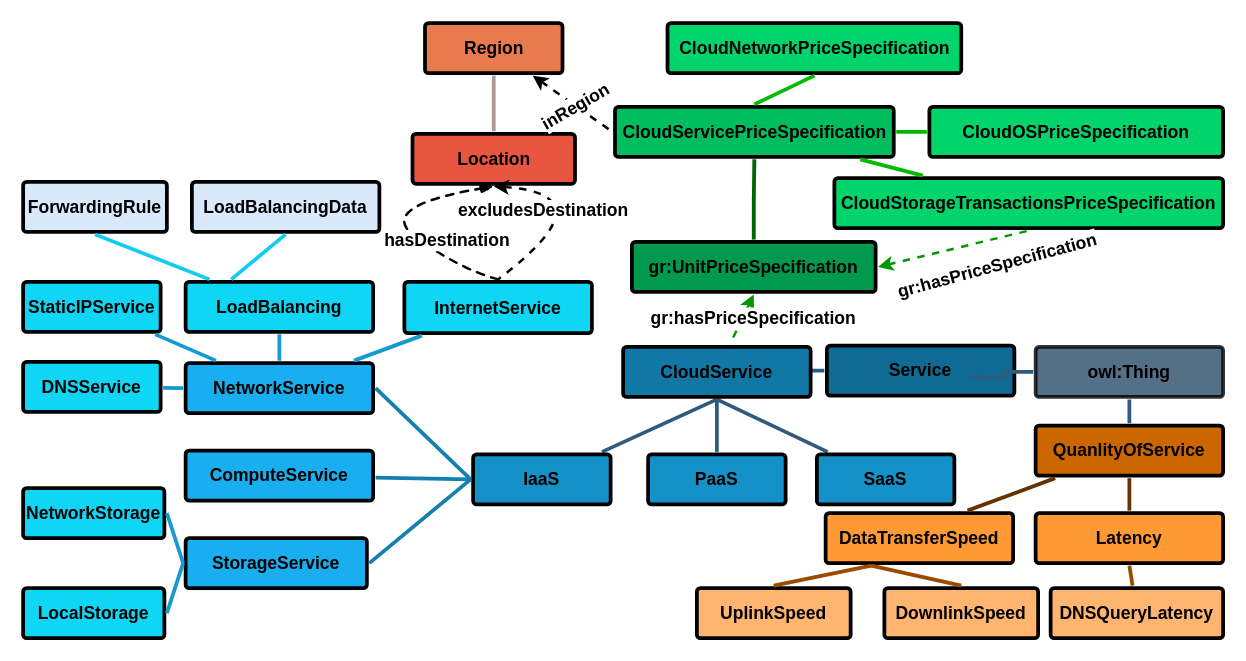
Above: cocoon_v1_0_1_class.drawio in miranda-zhang/draw.io (draw.io), before the change. Source tidied: cells renumbered, new cells numbered last; positions are measured from the earlier drawing's top-left corner, leaving out a move shared by most shapes. Both pictures are drawn from the tidied source at 125%, with x=0, y=0 at pixel (22, 22).
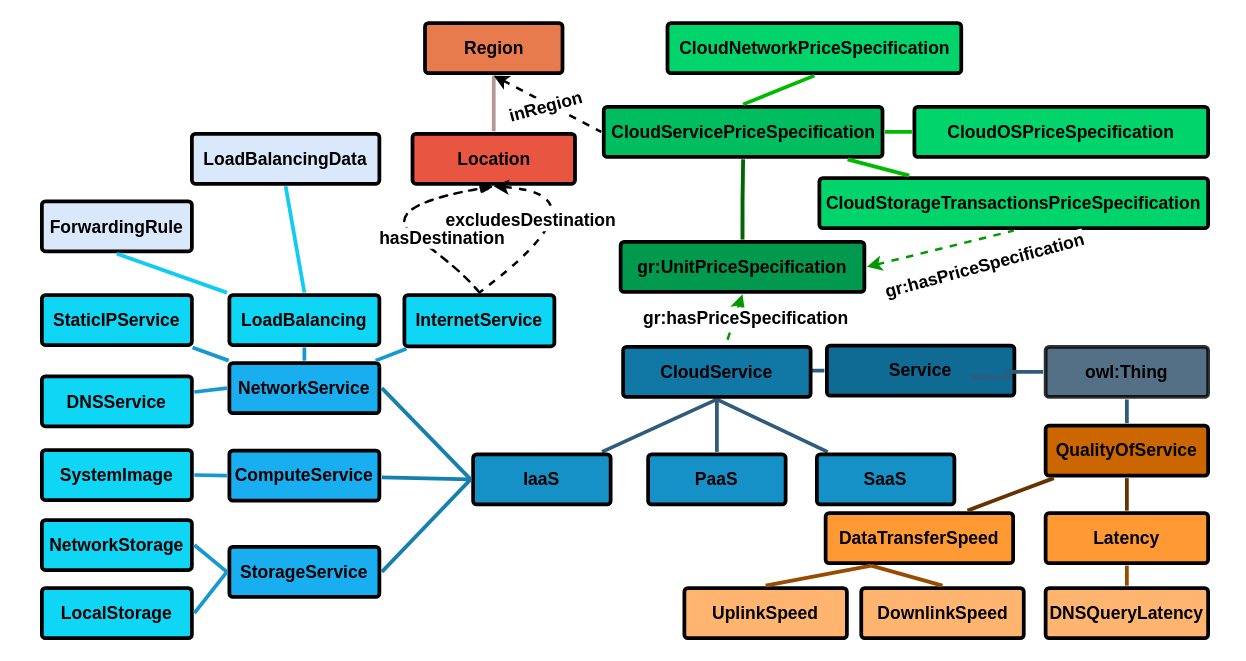
After the change.

The change refers to these unchanged cells:
```xml
<mxCell id="30" value="Region" style="rounded=1;whiteSpace=wrap;html=1;shadow=0;labelBackgroundColor=none;strokeColor=#000000;strokeWidth=3;fillColor=#E87B4D;fontFamily=Helvetica;fontSize=14;fontColor=#000000;align=center;spacing=5;fontStyle=1;arcSize=7;perimeterSpacing=2;" parent="1" vertex="1">
  <mxGeometry x="321.5" width="110" height="40" as="geometry" />
</mxCell>
```

The edit, as a diff of the source:
```diff
@@
     <mxCell id="4" value="&lt;span style=&quot;font-size: 14px;&quot;&gt;owl:Thing&lt;/span&gt;" style="rounded=1;whiteSpace=wrap;html=1;shadow=0;labelBackgroundColor=none;strokeColor=#000000;strokeWidth=3;fillColor=#284D69;fontFamily=Helvetica;fontSize=14;fontColor=#000000;align=center;fontStyle=1;spacing=5;arcSize=7;perimeterSpacing=2;opacity=80;" parent="1" vertex="1">
-      <mxGeometry x="810" y="259" width="150" height="40" as="geometry" />
+      <mxGeometry x="818" y="259" width="130" height="40" as="geometry" />
     </mxCell>
@@
     <mxCell id="8" value="NetworkService" style="rounded=1;whiteSpace=wrap;html=1;shadow=0;labelBackgroundColor=none;strokeColor=#000000;strokeWidth=3;fillColor=#19AEF0;fontFamily=Helvetica;fontSize=14;fontColor=#000000;align=center;spacing=5;fontStyle=1;arcSize=7;perimeterSpacing=2;comic=0;glass=0;" parent="1" vertex="1">
-      <mxGeometry x="130" y="272" width="150" height="40" as="geometry" />
+      <mxGeometry x="165" y="272" width="120" height="40" as="geometry" />
     </mxCell>
@@
     <mxCell id="11" value="StorageService&lt;br style=&quot;font-size: 14px;&quot;&gt;" style="rounded=1;whiteSpace=wrap;html=1;shadow=0;labelBackgroundColor=none;strokeColor=#000000;strokeWidth=3;fillColor=#19AEF0;fontFamily=Helvetica;fontSize=14;fontColor=#000000;align=center;spacing=5;fontStyle=1;arcSize=7;perimeterSpacing=2;comic=0;glass=0;" parent="1" vertex="1">
-      <mxGeometry x="130" y="412" width="145" height="40" as="geometry" />
+      <mxGeometry x="165" y="419" width="120" height="40" as="geometry" />
     </mxCell>
     <mxCell id="12" value="&lt;span style=&quot;font-size: 14px;&quot;&gt;ComputeService&lt;/span&gt;" style="rounded=1;whiteSpace=wrap;html=1;shadow=0;labelBackgroundColor=none;strokeColor=#000000;strokeWidth=3;fillColor=#19AEF0;fontFamily=Helvetica;fontSize=14;fontColor=#000000;align=center;spacing=5;fontStyle=1;arcSize=7;perimeterSpacing=2;comic=0;glass=0;" parent="1" vertex="1">
-      <mxGeometry x="130" y="342" width="150" height="40" as="geometry" />
+      <mxGeometry x="165" y="342" width="120" height="40" as="geometry" />
     </mxCell>
     <mxCell id="13" value="LoadBalancing" style="rounded=1;whiteSpace=wrap;html=1;shadow=0;labelBackgroundColor=none;strokeColor=#000000;strokeWidth=3;fillColor=#0FD6F5;fontFamily=Helvetica;fontSize=14;fontColor=#000000;align=center;spacing=5;fontStyle=1;arcSize=7;perimeterSpacing=2;comic=0;glass=0;imageHeight=24;" parent="1" vertex="1">
-      <mxGeometry x="130" y="207" width="150" height="40" as="geometry" />
+      <mxGeometry x="165" y="217.5" width="120" height="40" as="geometry" />
     </mxCell>
     <mxCell id="14" value="ForwardingRule" style="rounded=1;whiteSpace=wrap;html=1;shadow=0;labelBackgroundColor=none;strokeColor=#000000;strokeWidth=3;fillColor=#dae8fc;fontFamily=Helvetica;fontSize=14;align=center;spacing=5;fontStyle=1;arcSize=7;perimeterSpacing=2;comic=0;glass=0;fontColor=#000000;" parent="1" vertex="1">
-      <mxGeometry y="127" width="115" height="40" as="geometry" />
+      <mxGeometry x="15" y="142.5" width="120" height="40" as="geometry" />
     </mxCell>
     <mxCell id="15" value="StaticIPService" style="rounded=1;whiteSpace=wrap;html=1;shadow=0;labelBackgroundColor=none;strokeColor=#000000;strokeWidth=3;fillColor=#0FD6F5;fontFamily=Helvetica;fontSize=14;fontColor=#000000;align=center;spacing=5;fontStyle=1;arcSize=7;perimeterSpacing=2;comic=0;glass=0;imageHeight=25;" parent="1" vertex="1">
-      <mxGeometry y="207" width="110" height="40" as="geometry" />
+      <mxGeometry x="15" y="217.5" width="120" height="40" as="geometry" />
     </mxCell>
     <mxCell id="16" value="DNSService" style="rounded=1;whiteSpace=wrap;html=1;shadow=0;labelBackgroundColor=none;strokeColor=#000000;strokeWidth=3;fillColor=#0FD6F5;fontFamily=Helvetica;fontSize=14;fontColor=#000000;align=center;spacing=5;fontStyle=1;arcSize=7;perimeterSpacing=2;comic=0;glass=0;" parent="1" vertex="1">
-      <mxGeometry y="271" width="110" height="40" as="geometry" />
+      <mxGeometry x="15" y="282.5" width="120" height="40" as="geometry" />
     </mxCell>
     <mxCell id="17" value="InternetService" style="rounded=1;whiteSpace=wrap;html=1;shadow=0;labelBackgroundColor=none;strokeColor=#000000;strokeWidth=3;fillColor=#0FD6F5;fontFamily=Helvetica;fontSize=14;fontColor=#000000;align=center;spacing=5;fontStyle=1;arcSize=7;perimeterSpacing=2;comic=0;glass=0;" parent="1" vertex="1">
-      <mxGeometry x="305" y="207" width="150" height="41" as="geometry" />
+      <mxGeometry x="305" y="217.5" width="120" height="41" as="geometry" />
     </mxCell>
@@
     <mxCell id="25" value="LoadBalancingData" style="rounded=1;whiteSpace=wrap;html=1;shadow=0;labelBackgroundColor=none;strokeColor=#000000;strokeWidth=3;fillColor=#dae8fc;fontFamily=Helvetica;fontSize=14;align=center;spacing=5;fontStyle=1;arcSize=7;perimeterSpacing=2;comic=0;glass=0;fontColor=#000000;" parent="1" vertex="1">
-      <mxGeometry x="135" y="127" width="150" height="40" as="geometry" />
+      <mxGeometry x="135" y="88.5" width="150" height="40" as="geometry" />
     </mxCell>
@@
-    <mxCell id="27" style="edgeStyle=none;rounded=0;jumpStyle=none;html=1;shadow=0;labelBackgroundColor=none;startArrow=none;startFill=0;endArrow=none;endFill=0;jettySize=auto;strokeColor=#11CCF2;strokeWidth=3;fontFamily=Helvetica;fontSize=14;fontColor=#000000;spacing=5;entryX=0.5;entryY=1;entryDx=0;entryDy=0;exitX=0.25;exitY=0;exitDx=0;exitDy=0;fontStyle=1;" parent="1" edge="1" source="13" target="25">
+    <mxCell id="27" style="edgeStyle=none;rounded=0;jumpStyle=none;html=1;shadow=0;labelBackgroundColor=none;startArrow=none;startFill=0;endArrow=none;endFill=0;jettySize=auto;strokeColor=#11CCF2;strokeWidth=3;fontFamily=Helvetica;fontSize=14;fontColor=#000000;spacing=5;entryX=0.5;entryY=1;entryDx=0;entryDy=0;exitX=0.5;exitY=0;exitDx=0;exitDy=0;fontStyle=1;" parent="1" edge="1" source="13" target="25">
       <mxGeometry relative="1" as="geometry" />
     </mxCell>
@@
     <mxCell id="37" value="gr:UnitPriceSpecification" style="rounded=1;whiteSpace=wrap;html=1;shadow=0;labelBackgroundColor=none;strokeColor=#000000;strokeWidth=3;fillColor=#00994D;fontFamily=Helvetica;fontSize=14;fontColor=#000000;align=center;spacing=5;fontStyle=1;arcSize=7;perimeterSpacing=2;imageHeight=24;" parent="1" vertex="1">
-      <mxGeometry x="487" y="175" width="195" height="40" as="geometry" />
+      <mxGeometry x="478" y="175" width="195" height="40" as="geometry" />
     </mxCell>
     <mxCell id="38" value="CloudServicePriceSpecification" style="rounded=1;whiteSpace=wrap;html=1;shadow=0;labelBackgroundColor=none;strokeColor=#000000;strokeWidth=3;fillColor=#00BD5F;fontFamily=Helvetica;fontSize=14;fontColor=#000000;align=center;spacing=5;fontStyle=1;arcSize=7;perimeterSpacing=2;" parent="1" vertex="1">
-      <mxGeometry x="473.5" y="67" width="223" height="40" as="geometry" />
+      <mxGeometry x="464.5" y="67" width="223" height="40" as="geometry" />
     </mxCell>
@@
     <mxCell id="41" value="CloudStorageTransactionsPriceSpecification" style="rounded=1;whiteSpace=wrap;html=1;shadow=0;labelBackgroundColor=none;strokeColor=#000000;strokeWidth=3;fillColor=#00D46A;fontFamily=Helvetica;fontSize=14;fontColor=#000000;align=center;spacing=5;fontStyle=1;arcSize=7;perimeterSpacing=2;" parent="1" vertex="1">
-      <mxGeometry x="649" y="124" width="311" height="40" as="geometry" />
+      <mxGeometry x="637" y="124" width="311" height="40" as="geometry" />
     </mxCell>
     <mxCell id="42" value="CloudOSPriceSpecification" style="rounded=1;whiteSpace=wrap;html=1;shadow=0;labelBackgroundColor=none;strokeColor=#000000;strokeWidth=3;fillColor=#00D46A;fontFamily=Helvetica;fontSize=14;fontColor=#000000;align=center;spacing=5;fontStyle=1;arcSize=7;perimeterSpacing=2;" parent="1" vertex="1">
-      <mxGeometry x="725" y="67" width="235" height="40" as="geometry" />
+      <mxGeometry x="713" y="67" width="235" height="40" as="geometry" />
     </mxCell>
@@
-    <mxCell id="49" style="edgeStyle=none;rounded=0;jumpStyle=none;html=1;shadow=0;labelBackgroundColor=none;startArrow=classic;startFill=1;endArrow=none;endFill=0;jettySize=auto;strokeColor=#000000;strokeWidth=2;fontFamily=Helvetica;fontSize=14;fontColor=#000000;spacing=5;entryX=0;entryY=0.5;entryDx=0;entryDy=0;dashed=1;fontStyle=1;" parent="1" edge="1" source="30" target="38">
+    <mxCell id="49" style="edgeStyle=none;rounded=0;jumpStyle=none;html=1;shadow=0;labelBackgroundColor=none;startArrow=classic;startFill=1;endArrow=none;endFill=0;jettySize=auto;strokeColor=#000000;strokeWidth=2;fontFamily=Helvetica;fontSize=14;fontColor=#000000;spacing=5;entryX=0;entryY=0.5;entryDx=0;entryDy=0;dashed=1;fontStyle=1;exitX=0.5;exitY=1;exitDx=0;exitDy=0;" parent="1" edge="1" source="30" target="38">
       <mxGeometry relative="1" as="geometry" />
     </mxCell>
-    <mxCell id="50" value="inRegion&lt;br style=&quot;font-size: 14px;&quot;&gt;" style="text;html=1;align=center;verticalAlign=middle;labelBackgroundColor=#ffffff;fontSize=14;rotation=-30;fontStyle=1;fontColor=#000000;" parent="49" vertex="1">
+    <mxCell id="50" value="inRegion&lt;br style=&quot;font-size: 14px;&quot;&gt;" style="text;html=1;align=center;verticalAlign=middle;labelBackgroundColor=#ffffff;fontSize=14;rotation=-15;fontStyle=1;fontColor=#000000;" parent="49" vertex="1">
       <mxGeometry x="-0.32" y="1" relative="1" as="geometry">
         <mxPoint x="11" y="10.5" as="offset" />
       </mxGeometry>
     </mxCell>
@@
-    <mxCell id="52" value="QuanlityOfService" style="rounded=1;whiteSpace=wrap;html=1;shadow=0;labelBackgroundColor=none;strokeColor=#000000;strokeWidth=3;fillColor=#CC6600;fontFamily=Helvetica;fontSize=14;fontColor=#000000;align=center;fontStyle=1;spacing=5;arcSize=7;perimeterSpacing=2;" parent="1" vertex="1">
-      <mxGeometry x="810" y="322" width="150" height="40" as="geometry" />
+    <mxCell id="52" value="QualityOfService" style="rounded=1;whiteSpace=wrap;html=1;shadow=0;labelBackgroundColor=none;strokeColor=#000000;strokeWidth=3;fillColor=#CC6600;fontFamily=Helvetica;fontSize=14;fontColor=#000000;align=center;fontStyle=1;spacing=5;arcSize=7;perimeterSpacing=2;" parent="1" vertex="1">
+      <mxGeometry x="818" y="322" width="130" height="40" as="geometry" />
     </mxCell>
@@
     <mxCell id="54" value="&lt;span style=&quot;font-size: 14px;&quot;&gt;Latency&lt;/span&gt;" style="rounded=1;whiteSpace=wrap;html=1;shadow=0;labelBackgroundColor=none;strokeColor=#000000;strokeWidth=3;fillColor=#FF9933;fontFamily=Helvetica;fontSize=14;fontColor=#000000;align=center;spacing=5;fontStyle=1;arcSize=7;perimeterSpacing=2;comic=0;glass=0;" parent="1" vertex="1">
-      <mxGeometry x="810" y="392" width="150" height="40" as="geometry" />
+      <mxGeometry x="818" y="392" width="130" height="40" as="geometry" />
     </mxCell>
@@
     <mxCell id="60" value="&lt;span style=&quot;font-size: 14px;&quot;&gt;DNSQueryLatency&lt;/span&gt;" style="rounded=1;whiteSpace=wrap;html=1;shadow=0;labelBackgroundColor=none;strokeColor=#000000;strokeWidth=3;fillColor=#FFB570;fontFamily=Helvetica;fontSize=14;fontColor=#000000;align=center;spacing=5;arcSize=7;perimeterSpacing=2;fontStyle=1;gradientColor=none;" parent="1" vertex="1">
-      <mxGeometry x="822" y="452" width="138" height="40" as="geometry" />
+      <mxGeometry x="818" y="452" width="130" height="40" as="geometry" />
     </mxCell>
@@
     <mxCell id="62" value="&lt;span style=&quot;font-size: 14px;&quot;&gt;DownlinkSpeed&lt;/span&gt;&lt;br style=&quot;font-size: 14px;&quot;&gt;" style="rounded=1;whiteSpace=wrap;html=1;shadow=0;labelBackgroundColor=none;strokeColor=#000000;strokeWidth=3;fillColor=#FFB570;fontFamily=Helvetica;fontSize=14;fontColor=#000000;align=center;spacing=5;arcSize=7;perimeterSpacing=2;fontStyle=1;" parent="1" vertex="1">
-      <mxGeometry x="689" y="452" width="123" height="40" as="geometry" />
+      <mxGeometry x="670.5" y="452" width="130" height="40" as="geometry" />
     </mxCell>
     <mxCell id="63" value="&lt;span style=&quot;font-size: 14px;&quot;&gt;UplinkSpeed&lt;/span&gt;&lt;br style=&quot;font-size: 14px;&quot;&gt;" style="rounded=1;whiteSpace=wrap;html=1;shadow=0;labelBackgroundColor=none;strokeColor=#000000;strokeWidth=3;fillColor=#FFB570;fontFamily=Helvetica;fontSize=14;fontColor=#000000;align=center;spacing=5;arcSize=7;perimeterSpacing=2;fontStyle=1;" parent="1" vertex="1">
-      <mxGeometry x="539" y="452" width="123" height="40" as="geometry" />
+      <mxGeometry x="529" y="452" width="130" height="40" as="geometry" />
     </mxCell>
@@
     <mxCell id="66" value="&lt;span style=&quot;font-size: 14px;&quot;&gt;NetworkStorage&lt;/span&gt;&lt;br style=&quot;font-size: 14px;&quot;&gt;" style="rounded=1;whiteSpace=wrap;html=1;shadow=0;labelBackgroundColor=none;strokeColor=#000000;strokeWidth=3;fillColor=#0FD6F5;fontFamily=Helvetica;fontSize=14;fontColor=#000000;align=center;spacing=5;arcSize=7;perimeterSpacing=2;fontStyle=1;" parent="1" vertex="1">
-      <mxGeometry y="372" width="113" height="40" as="geometry" />
+      <mxGeometry x="15" y="397.5" width="120" height="40" as="geometry" />
     </mxCell>
     <mxCell id="67" value="&lt;span style=&quot;font-size: 14px;&quot;&gt;LocalStorage&lt;/span&gt;&lt;br style=&quot;font-size: 14px;&quot;&gt;" style="rounded=1;whiteSpace=wrap;html=1;shadow=0;labelBackgroundColor=none;strokeColor=#000000;strokeWidth=3;fillColor=#0FD6F5;fontFamily=Helvetica;fontSize=14;fontColor=#000000;align=center;spacing=5;arcSize=7;perimeterSpacing=2;fontStyle=1;" parent="1" vertex="1">
-      <mxGeometry y="452" width="113" height="40" as="geometry" />
+      <mxGeometry x="15" y="452" width="120" height="40" as="geometry" />
     </mxCell>
-    <mxCell id="68" style="edgeStyle=none;rounded=0;jumpStyle=none;html=1;shadow=0;labelBackgroundColor=none;startArrow=none;startFill=0;endArrow=none;endFill=0;jettySize=auto;strokeColor=#1698D1;strokeWidth=3;fontFamily=Helvetica;fontSize=14;fontColor=#000000;spacing=5;exitX=0;exitY=0.5;exitDx=0;exitDy=0;entryX=1;entryY=0.5;entryDx=0;entryDy=0;fontStyle=1;" parent="1" edge="1" source="11" target="66">
+    <mxCell id="68" style="edgeStyle=none;rounded=0;jumpStyle=none;html=1;shadow=0;labelBackgroundColor=none;startArrow=none;startFill=0;endArrow=none;endFill=0;jettySize=auto;strokeColor=#1698D1;strokeWidth=3;fontFamily=Helvetica;fontSize=14;fontColor=#000000;spacing=5;entryX=1;entryY=0.5;entryDx=0;entryDy=0;fontStyle=1;exitX=0;exitY=0.5;exitDx=0;exitDy=0;" parent="1" edge="1" source="11" target="66">
       <mxGeometry relative="1" as="geometry" />
     </mxCell>
-    <mxCell id="69" style="edgeStyle=none;rounded=0;jumpStyle=none;html=1;shadow=0;labelBackgroundColor=none;startArrow=none;startFill=0;endArrow=none;endFill=0;jettySize=auto;strokeColor=#1698D1;strokeWidth=3;fontFamily=Helvetica;fontSize=14;fontColor=#000000;spacing=5;exitX=0;exitY=0.5;exitDx=0;exitDy=0;entryX=1;entryY=0.5;entryDx=0;entryDy=0;fontStyle=1;" parent="1" edge="1" source="11" target="67">
+    <mxCell id="69" style="edgeStyle=none;rounded=0;jumpStyle=none;html=1;shadow=0;labelBackgroundColor=none;startArrow=none;startFill=0;endArrow=none;endFill=0;jettySize=auto;strokeColor=#1698D1;strokeWidth=3;fontFamily=Helvetica;fontSize=14;fontColor=#000000;spacing=5;fontStyle=1;exitX=0;exitY=0.5;exitDx=0;exitDy=0;entryX=1;entryY=0.5;entryDx=0;entryDy=0;" parent="1" edge="1" source="11" target="67">
       <mxGeometry relative="1" as="geometry" />
     </mxCell>
+    <mxCell id="70" value="SystemImage" style="rounded=1;whiteSpace=wrap;html=1;shadow=0;labelBackgroundColor=none;strokeColor=#000000;strokeWidth=3;fillColor=#0FD6F5;fontFamily=Helvetica;fontSize=14;fontColor=#000000;align=center;spacing=5;fontStyle=1;arcSize=7;perimeterSpacing=2;comic=0;glass=0;" parent="1" vertex="1">
+      <mxGeometry x="15" y="341.5" width="120" height="40" as="geometry" />
+    </mxCell>
+    <mxCell id="71" style="edgeStyle=none;rounded=0;jumpStyle=none;html=1;shadow=0;labelBackgroundColor=none;startArrow=none;startFill=0;endArrow=none;endFill=0;jettySize=auto;strokeColor=#1698D1;strokeWidth=3;fontFamily=Helvetica;fontSize=14;fontColor=#000000;spacing=5;exitX=0;exitY=0.5;exitDx=0;exitDy=0;entryX=1;entryY=0.5;entryDx=0;entryDy=0;fontStyle=1;" parent="1" edge="1" source="12" target="70">
+      <mxGeometry relative="1" as="geometry" />
+    </mxCell>
```
